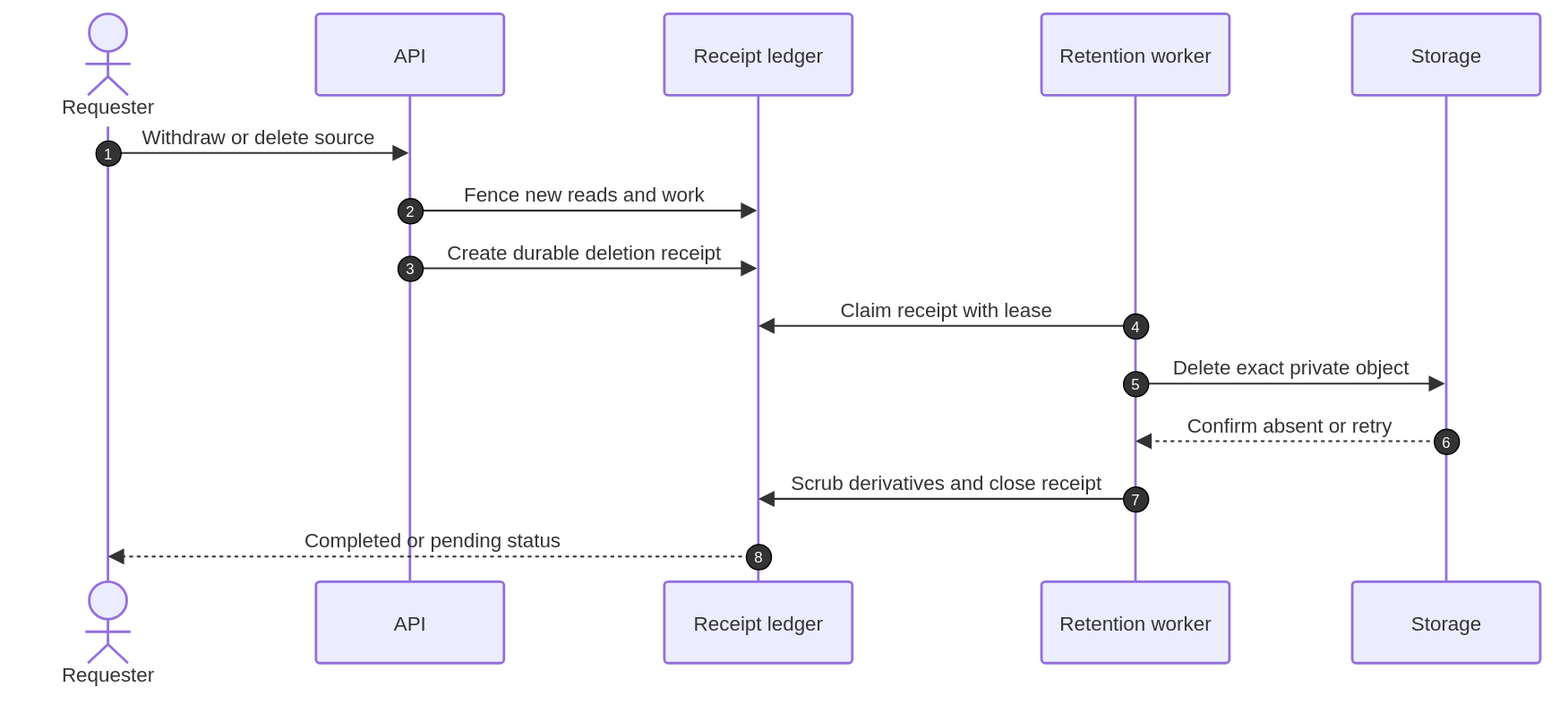
Above: docs/diagrams/10-retention-deletion.drawio.svg in Alivestars24/Vouch (draw.io), before the change. Source tidied: cells renumbered, new cells last; positions are measured from the earlier drawing's top-left corner, leaving out a move shared by most shapes.
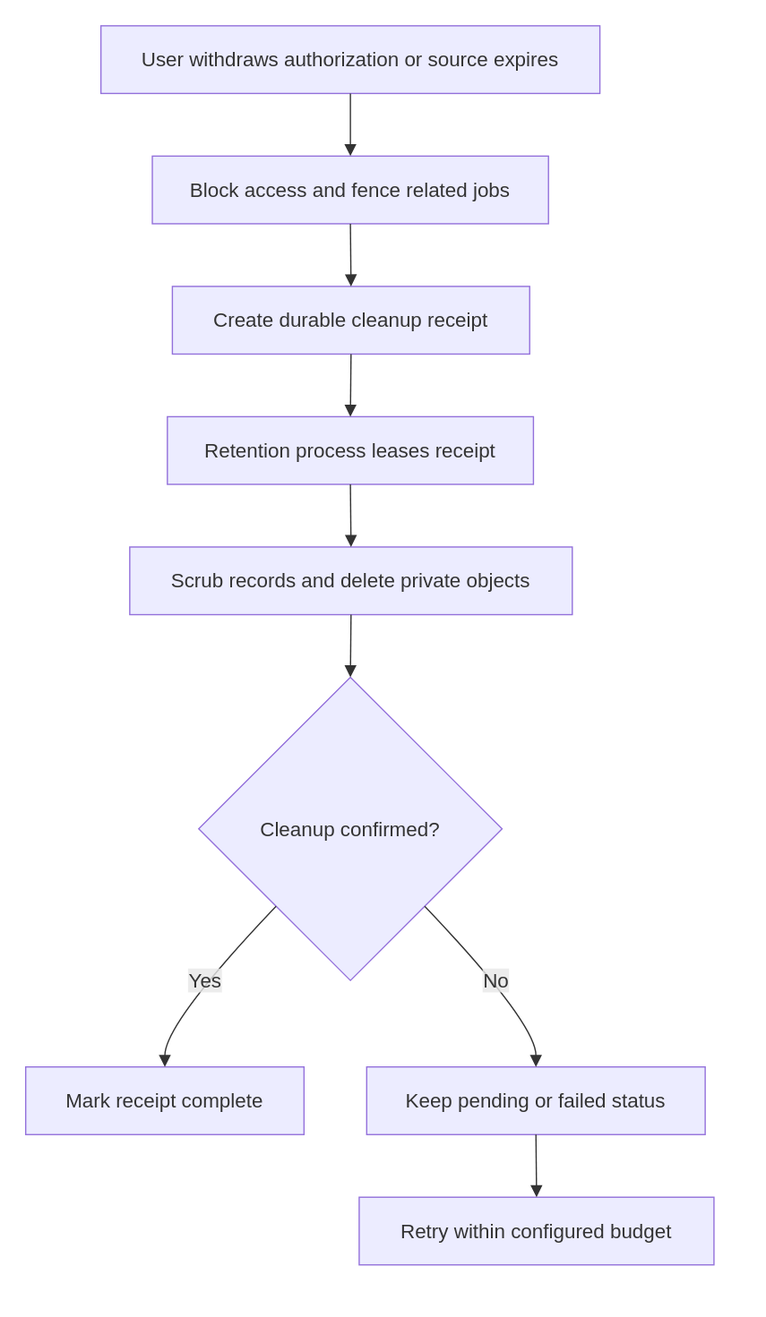
The same file after the commit.

Diff of the diagram source:
```diff
@@ -2,100 +2,64 @@
   <root>
     <mxCell id="0" />
     <mxCell id="1" parent="0" />
-    <mxCell id="2" value="Requester" style="html=1;shape=umlLifeline;perimeter=lifelinePerimeter;whiteSpace=wrap;outlineConnect=0;portConstraint=eastwest;newEdgeStyle={&quot;edgeStyle&quot;:&quot;sequenceEdgeStyle&quot;,&quot;libavoidRouting&quot;:0,&quot;curved&quot;:0,&quot;rounded&quot;:0};lifelineDashed=0;strokeWidth=2;rounded=1;absoluteArcSize=1;arcSize=6;lifelineColor=light-dark(#9370DB,#cccccc);participant=seqActorStick;verticalAlign=bottom;align=center;spacingBottom=4;size=90;lifelineMirror=1;fillColor=light-dark(#ECECFF,#1f2020);strokeColor=light-dark(#9370DB,#cccccc);fontColor=light-dark(#333333,#cccccc);fontFamily=Trebuchet MS,Verdana,Arial,sans-serif;fontSize=16;" parent="1" vertex="1">
-      <mxGeometry width="150" height="543" as="geometry" />
+    <mxCell id="2" value="User withdraws authorization or source expires" style="html=1;whiteSpace=wrap;strokeWidth=1;fillColor=light-dark(#ECECFF,#1f2020);strokeColor=light-dark(#9370DB,#cccccc);fontColor=light-dark(#333333,#cccccc);fontFamily=Trebuchet MS,Verdana,Arial,sans-serif;fontSize=16;" parent="1" vertex="1">
+      <mxGeometry x="68" y="8" width="398" height="54" as="geometry" />
     </mxCell>
-    <mxCell id="3" value="API" style="html=1;shape=umlLifeline;perimeter=lifelinePerimeter;whiteSpace=wrap;outlineConnect=0;portConstraint=eastwest;newEdgeStyle={&quot;edgeStyle&quot;:&quot;sequenceEdgeStyle&quot;,&quot;libavoidRouting&quot;:0,&quot;curved&quot;:0,&quot;rounded&quot;:0};lifelineDashed=0;strokeWidth=2;rounded=1;absoluteArcSize=1;arcSize=6;lifelineColor=light-dark(#9370DB,#cccccc);size=65;lifelineMirror=1;fillColor=light-dark(#ECECFF,#1f2020);strokeColor=light-dark(#9370DB,#cccccc);fontColor=light-dark(#333333,#cccccc);fontFamily=Trebuchet MS,Verdana,Arial,sans-serif;fontSize=16;" parent="1" vertex="1">
-      <mxGeometry x="241" width="150" height="518" as="geometry" />
+    <mxCell id="3" value="Block access and fence related jobs" style="html=1;whiteSpace=wrap;strokeWidth=1;fillColor=light-dark(#ECECFF,#1f2020);strokeColor=light-dark(#9370DB,#cccccc);fontColor=light-dark(#333333,#cccccc);fontFamily=Trebuchet MS,Verdana,Arial,sans-serif;fontSize=16;" parent="1" vertex="1">
+      <mxGeometry x="109" y="112" width="316" height="54" as="geometry" />
     </mxCell>
-    <mxCell id="4" value="Receipt ledger" style="html=1;shape=umlLifeline;perimeter=lifelinePerimeter;whiteSpace=wrap;outlineConnect=0;portConstraint=eastwest;newEdgeStyle={&quot;edgeStyle&quot;:&quot;sequenceEdgeStyle&quot;,&quot;libavoidRouting&quot;:0,&quot;curved&quot;:0,&quot;rounded&quot;:0};lifelineDashed=0;strokeWidth=2;rounded=1;absoluteArcSize=1;arcSize=6;lifelineColor=light-dark(#9370DB,#cccccc);size=65;lifelineMirror=1;fillColor=light-dark(#ECECFF,#1f2020);strokeColor=light-dark(#9370DB,#cccccc);fontColor=light-dark(#333333,#cccccc);fontFamily=Trebuchet MS,Verdana,Arial,sans-serif;fontSize=16;" parent="1" vertex="1">
-      <mxGeometry x="519" width="150" height="518" as="geometry" />
+    <mxCell id="4" value="Create durable cleanup receipt" style="html=1;whiteSpace=wrap;strokeWidth=1;fillColor=light-dark(#ECECFF,#1f2020);strokeColor=light-dark(#9370DB,#cccccc);fontColor=light-dark(#333333,#cccccc);fontFamily=Trebuchet MS,Verdana,Arial,sans-serif;fontSize=16;" parent="1" vertex="1">
+      <mxGeometry x="125" y="216" width="285" height="54" as="geometry" />
     </mxCell>
-    <mxCell id="5" value="Retention worker" style="html=1;shape=umlLifeline;perimeter=lifelinePerimeter;whiteSpace=wrap;outlineConnect=0;portConstraint=eastwest;newEdgeStyle={&quot;edgeStyle&quot;:&quot;sequenceEdgeStyle&quot;,&quot;libavoidRouting&quot;:0,&quot;curved&quot;:0,&quot;rounded&quot;:0};lifelineDashed=0;strokeWidth=2;rounded=1;absoluteArcSize=1;arcSize=6;lifelineColor=light-dark(#9370DB,#cccccc);size=65;lifelineMirror=1;fillColor=light-dark(#ECECFF,#1f2020);strokeColor=light-dark(#9370DB,#cccccc);fontColor=light-dark(#333333,#cccccc);fontFamily=Trebuchet MS,Verdana,Arial,sans-serif;fontSize=16;" parent="1" vertex="1">
-      <mxGeometry x="820" width="150" height="518" as="geometry" />
+    <mxCell id="5" value="Retention process leases receipt" style="html=1;whiteSpace=wrap;strokeWidth=1;fillColor=light-dark(#ECECFF,#1f2020);strokeColor=light-dark(#9370DB,#cccccc);fontColor=light-dark(#333333,#cccccc);fontFamily=Trebuchet MS,Verdana,Arial,sans-serif;fontSize=16;" parent="1" vertex="1">
+      <mxGeometry x="121" y="320" width="292" height="54" as="geometry" />
     </mxCell>
-    <mxCell id="6" value="Storage" style="html=1;shape=umlLifeline;perimeter=lifelinePerimeter;whiteSpace=wrap;outlineConnect=0;portConstraint=eastwest;newEdgeStyle={&quot;edgeStyle&quot;:&quot;sequenceEdgeStyle&quot;,&quot;libavoidRouting&quot;:0,&quot;curved&quot;:0,&quot;rounded&quot;:0};lifelineDashed=0;strokeWidth=2;rounded=1;absoluteArcSize=1;arcSize=6;lifelineColor=light-dark(#9370DB,#cccccc);size=65;lifelineMirror=1;fillColor=light-dark(#ECECFF,#1f2020);strokeColor=light-dark(#9370DB,#cccccc);fontColor=light-dark(#333333,#cccccc);fontFamily=Trebuchet MS,Verdana,Arial,sans-serif;fontSize=16;" parent="1" vertex="1">
-      <mxGeometry x="1068" width="150" height="518" as="geometry" />
+    <mxCell id="6" value="Scrub records and delete private objects" style="html=1;whiteSpace=wrap;strokeWidth=1;fillColor=light-dark(#ECECFF,#1f2020);strokeColor=light-dark(#9370DB,#cccccc);fontColor=light-dark(#333333,#cccccc);fontFamily=Trebuchet MS,Verdana,Arial,sans-serif;fontSize=16;" parent="1" vertex="1">
+      <mxGeometry x="91" y="424" width="353" height="54" as="geometry" />
     </mxCell>
-    <mxCell id="7" value="Withdraw or delete source" style="endArrow=block;endSize=9;verticalAlign=bottom;spacingBottom=2;edgeStyle=sequenceEdgeStyle;libavoidRouting=0;curved=0;rounded=0;fontSize=16;labelBackgroundColor=none;strokeWidth=1.5;strokeColor=light-dark(#333333,#cccccc);fontColor=light-dark(#333333,#cccccc);fontFamily=Trebuchet MS,Verdana,Arial,sans-serif;" parent="1" edge="1" source="2" target="3">
-      <mxGeometry relative="1" as="geometry">
-        <Array as="points">
-          <mxPoint x="196" y="111" />
-        </Array>
-      </mxGeometry>
+    <mxCell id="7" value="Cleanup confirmed?" style="rhombus;html=1;strokeWidth=1;whiteSpace=wrap;fillColor=light-dark(#ECECFF,#1f2020);strokeColor=light-dark(#9370DB,#cccccc);fontColor=light-dark(#333333,#cccccc);fontFamily=Trebuchet MS,Verdana,Arial,sans-serif;fontSize=16;" parent="1" vertex="1">
+      <mxGeometry x="146" y="528" width="242" height="242" as="geometry" />
     </mxCell>
-    <mxCell id="8" value="1" style="ellipse;fillColor=light-dark(#333333,#cccccc);align=center;verticalAlign=middle;fontColor=light-dark(#FFFFFF,#333333);fontSize=12;" parent="1" vertex="1">
-      <mxGeometry x="65" y="101" width="20" height="20" as="geometry" />
+    <mxCell id="8" value="Mark receipt complete" style="html=1;whiteSpace=wrap;strokeWidth=1;fillColor=light-dark(#ECECFF,#1f2020);strokeColor=light-dark(#9370DB,#cccccc);fontColor=light-dark(#333333,#cccccc);fontFamily=Trebuchet MS,Verdana,Arial,sans-serif;fontSize=16;" parent="1" vertex="1">
+      <mxGeometry x="8" y="839" width="222" height="54" as="geometry" />
     </mxCell>
-    <mxCell id="9" value="Fence new reads and work" style="endArrow=block;endSize=9;verticalAlign=bottom;spacingBottom=2;edgeStyle=sequenceEdgeStyle;libavoidRouting=0;curved=0;rounded=0;fontSize=16;labelBackgroundColor=none;strokeWidth=1.5;strokeColor=light-dark(#333333,#cccccc);fontColor=light-dark(#333333,#cccccc);fontFamily=Trebuchet MS,Verdana,Arial,sans-serif;" parent="1" edge="1" source="3" target="4">
-      <mxGeometry relative="1" as="geometry">
-        <Array as="points">
-          <mxPoint x="455" y="157" />
-        </Array>
-      </mxGeometry>
+    <mxCell id="9" value="Keep pending or failed status" style="html=1;whiteSpace=wrap;strokeWidth=1;fillColor=light-dark(#ECECFF,#1f2020);strokeColor=light-dark(#9370DB,#cccccc);fontColor=light-dark(#333333,#cccccc);fontFamily=Trebuchet MS,Verdana,Arial,sans-serif;fontSize=16;" parent="1" vertex="1">
+      <mxGeometry x="280" y="839" width="270" height="54" as="geometry" />
     </mxCell>
-    <mxCell id="10" value="2" style="ellipse;fillColor=light-dark(#333333,#cccccc);align=center;verticalAlign=middle;fontColor=light-dark(#FFFFFF,#333333);fontSize=12;" parent="1" vertex="1">
-      <mxGeometry x="306" y="147" width="20" height="20" as="geometry" />
+    <mxCell id="10" value="Retry within configured budget" style="html=1;whiteSpace=wrap;strokeWidth=1;fillColor=light-dark(#ECECFF,#1f2020);strokeColor=light-dark(#9370DB,#cccccc);fontColor=light-dark(#333333,#cccccc);fontFamily=Trebuchet MS,Verdana,Arial,sans-serif;fontSize=16;" parent="1" vertex="1">
+      <mxGeometry x="274" y="943" width="283" height="54" as="geometry" />
     </mxCell>
-    <mxCell id="11" value="Create durable deletion receipt" style="endArrow=block;endSize=9;verticalAlign=bottom;spacingBottom=2;edgeStyle=sequenceEdgeStyle;libavoidRouting=0;curved=0;rounded=0;fontSize=16;labelBackgroundColor=none;strokeWidth=1.5;strokeColor=light-dark(#333333,#cccccc);fontColor=light-dark(#333333,#cccccc);fontFamily=Trebuchet MS,Verdana,Arial,sans-serif;" parent="1" edge="1" source="3" target="4">
-      <mxGeometry relative="1" as="geometry">
-        <Array as="points">
-          <mxPoint x="455" y="203" />
-        </Array>
-      </mxGeometry>
+    <mxCell id="11" style="curved=1;startArrow=none;endArrow=block;endSize=7;strokeColor=light-dark(#333333,#cccccc);exitX=0.5;exitY=1;entryX=0.5;entryY=0;" parent="1" edge="1" source="2" target="3">
+      <mxGeometry relative="1" as="geometry" />
     </mxCell>
-    <mxCell id="12" value="3" style="ellipse;fillColor=light-dark(#333333,#cccccc);align=center;verticalAlign=middle;fontColor=light-dark(#FFFFFF,#333333);fontSize=12;" parent="1" vertex="1">
-      <mxGeometry x="306" y="193" width="20" height="20" as="geometry" />
+    <mxCell id="12" style="curved=1;startArrow=none;endArrow=block;endSize=7;strokeColor=light-dark(#333333,#cccccc);exitX=0.5;exitY=1;entryX=0.5;entryY=0;" parent="1" edge="1" source="3" target="4">
+      <mxGeometry relative="1" as="geometry" />
     </mxCell>
-    <mxCell id="13" value="Claim receipt with lease" style="endArrow=block;endSize=9;verticalAlign=bottom;spacingBottom=2;edgeStyle=sequenceEdgeStyle;libavoidRouting=0;curved=0;rounded=0;fontSize=16;labelBackgroundColor=none;strokeWidth=1.5;strokeColor=light-dark(#333333,#cccccc);fontColor=light-dark(#333333,#cccccc);fontFamily=Trebuchet MS,Verdana,Arial,sans-serif;" parent="1" edge="1" source="5" target="4">
-      <mxGeometry relative="1" as="geometry">
-        <Array as="points">
-          <mxPoint x="745" y="249" />
-        </Array>
-      </mxGeometry>
+    <mxCell id="13" style="curved=1;startArrow=none;endArrow=block;endSize=7;strokeColor=light-dark(#333333,#cccccc);exitX=0.5;exitY=1;entryX=0.5;entryY=0;" parent="1" edge="1" source="4" target="5">
+      <mxGeometry relative="1" as="geometry" />
     </mxCell>
-    <mxCell id="14" value="4" style="ellipse;fillColor=light-dark(#333333,#cccccc);align=center;verticalAlign=middle;fontColor=light-dark(#FFFFFF,#333333);fontSize=12;" parent="1" vertex="1">
-      <mxGeometry x="885" y="239" width="20" height="20" as="geometry" />
+    <mxCell id="14" style="curved=1;startArrow=none;endArrow=block;endSize=7;strokeColor=light-dark(#333333,#cccccc);exitX=0.5;exitY=1;entryX=0.5;entryY=0;" parent="1" edge="1" source="5" target="6">
+      <mxGeometry relative="1" as="geometry" />
     </mxCell>
-    <mxCell id="15" value="Delete exact private object" style="endArrow=block;endSize=9;verticalAlign=bottom;spacingBottom=2;edgeStyle=sequenceEdgeStyle;libavoidRouting=0;curved=0;rounded=0;fontSize=16;labelBackgroundColor=none;strokeWidth=1.5;strokeColor=light-dark(#333333,#cccccc);fontColor=light-dark(#333333,#cccccc);fontFamily=Trebuchet MS,Verdana,Arial,sans-serif;" parent="1" edge="1" source="5" target="6">
-      <mxGeometry relative="1" as="geometry">
-        <Array as="points">
-          <mxPoint x="1019" y="295" />
-        </Array>
-      </mxGeometry>
+    <mxCell id="15" style="curved=1;startArrow=none;endArrow=block;endSize=7;strokeColor=light-dark(#333333,#cccccc);exitX=0.5;exitY=1;entryX=0.5;entryY=0;" parent="1" edge="1" source="6" target="7">
+      <mxGeometry relative="1" as="geometry" />
     </mxCell>
-    <mxCell id="16" value="5" style="ellipse;fillColor=light-dark(#333333,#cccccc);align=center;verticalAlign=middle;fontColor=light-dark(#FFFFFF,#333333);fontSize=12;" parent="1" vertex="1">
-      <mxGeometry x="885" y="285" width="20" height="20" as="geometry" />
+    <mxCell id="16" value="Yes" style="curved=1;startArrow=none;endArrow=block;endSize=7;strokeColor=light-dark(#333333,#cccccc);html=1;fontSize=16;labelBackgroundColor=light-dark(#E8E8E88D,#2a2a2a8D);fontFamily=Trebuchet MS,Verdana,Arial,sans-serif;fontColor=light-dark(#333333,#cccccc);exitX=0.02;exitY=1;entryX=0.5;entryY=0;" parent="1" edge="1" source="7" target="8">
+      <mxGeometry relative="1" as="geometry">
+        <Array as="points">
+          <mxPoint x="119" y="804" />
+        </Array>
+      </mxGeometry>
     </mxCell>
-    <mxCell id="17" value="Confirm absent or retry" style="dashed=1;fixDash=1;dashPattern=3 3;endArrow=block;endSize=9;verticalAlign=bottom;spacingBottom=2;edgeStyle=sequenceEdgeStyle;libavoidRouting=0;curved=0;rounded=0;fontSize=16;labelBackgroundColor=none;strokeWidth=1.5;strokeColor=light-dark(#333333,#cccccc);fontColor=light-dark(#333333,#cccccc);fontFamily=Trebuchet MS,Verdana,Arial,sans-serif;" parent="1" edge="1" source="6" target="5">
+    <mxCell id="17" value="No" style="curved=1;startArrow=none;endArrow=block;endSize=7;strokeColor=light-dark(#333333,#cccccc);html=1;fontSize=16;labelBackgroundColor=light-dark(#E8E8E88D,#2a2a2a8D);fontFamily=Trebuchet MS,Verdana,Arial,sans-serif;fontColor=light-dark(#333333,#cccccc);exitX=0.98;exitY=1;entryX=0.5;entryY=0;" parent="1" edge="1" source="7" target="9">
       <mxGeometry relative="1" as="geometry">
         <Array as="points">
-          <mxPoint x="1019" y="341" />
+          <mxPoint x="415" y="804" />
         </Array>
       </mxGeometry>
     </mxCell>
-    <mxCell id="18" value="6" style="ellipse;fillColor=light-dark(#333333,#cccccc);align=center;verticalAlign=middle;fontColor=light-dark(#FFFFFF,#333333);fontSize=12;" parent="1" vertex="1">
-      <mxGeometry x="1133" y="331" width="20" height="20" as="geometry" />
+    <mxCell id="18" style="curved=1;startArrow=none;endArrow=block;endSize=7;strokeColor=light-dark(#333333,#cccccc);exitX=0.5;exitY=1;entryX=0.5;entryY=0;" parent="1" edge="1" source="9" target="10">
+      <mxGeometry relative="1" as="geometry" />
     </mxCell>
-    <mxCell id="19" value="Scrub derivatives and close receipt" style="endArrow=block;endSize=9;verticalAlign=bottom;spacingBottom=2;edgeStyle=sequenceEdgeStyle;libavoidRouting=0;curved=0;rounded=0;fontSize=16;labelBackgroundColor=none;strokeWidth=1.5;strokeColor=light-dark(#333333,#cccccc);fontColor=light-dark(#333333,#cccccc);fontFamily=Trebuchet MS,Verdana,Arial,sans-serif;" parent="1" edge="1" source="5" target="4">
-      <mxGeometry relative="1" as="geometry">
-        <Array as="points">
-          <mxPoint x="745" y="387" />
-        </Array>
-      </mxGeometry>
-    </mxCell>
-    <mxCell id="20" value="7" style="ellipse;fillColor=light-dark(#333333,#cccccc);align=center;verticalAlign=middle;fontColor=light-dark(#FFFFFF,#333333);fontSize=12;" parent="1" vertex="1">
-      <mxGeometry x="885" y="377" width="20" height="20" as="geometry" />
-    </mxCell>
-    <mxCell id="21" value="Completed or pending status" style="dashed=1;fixDash=1;dashPattern=3 3;endArrow=block;endSize=9;verticalAlign=bottom;spacingBottom=2;edgeStyle=sequenceEdgeStyle;libavoidRouting=0;curved=0;rounded=0;fontSize=16;labelBackgroundColor=none;strokeWidth=1.5;strokeColor=light-dark(#333333,#cccccc);fontColor=light-dark(#333333,#cccccc);fontFamily=Trebuchet MS,Verdana,Arial,sans-serif;" parent="1" edge="1" source="4" target="2">
-      <mxGeometry relative="1" as="geometry">
-        <Array as="points">
-          <mxPoint x="335" y="433" />
-        </Array>
-      </mxGeometry>
-    </mxCell>
-    <mxCell id="22" value="8" style="ellipse;fillColor=light-dark(#333333,#cccccc);align=center;verticalAlign=middle;fontColor=light-dark(#FFFFFF,#333333);fontSize=12;" parent="1" vertex="1">
-      <mxGeometry x="584" y="423" width="20" height="20" as="geometry" />
-    </mxCell>
   </root>
 </mxGraphModel>
```
